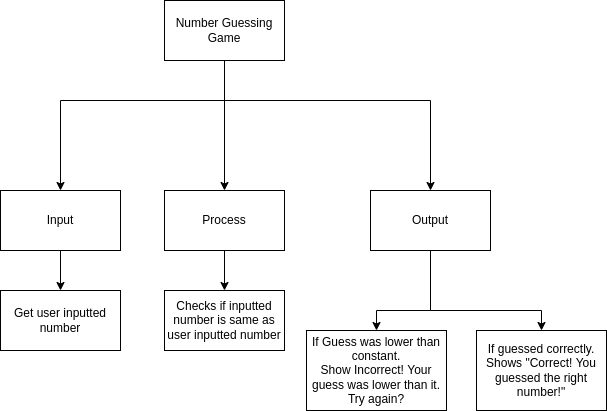
This is Number Guessing (Top-Down).png from Dahrio-Francois/ICS3U-Unit3-03-Python2, a draw.io export, as it was before one commit. Source tidied: cells renumbered, new cells last; positions are measured from the earlier drawing's top-left corner, leaving out a move shared by most shapes. Its diagram source:
```xml
<mxGraphModel>
  <root>
    <mxCell id="0" />
    <mxCell id="1" parent="0" />
    <mxCell id="2" style="edgeStyle=orthogonalEdgeStyle;html=1;entryX=0.5;entryY=0;entryDx=0;entryDy=0;rounded=0;" parent="1" edge="1" source="5" target="7">
      <mxGeometry relative="1" as="geometry">
        <Array as="points">
          <mxPoint x="224" y="100" />
          <mxPoint x="60" y="100" />
        </Array>
      </mxGeometry>
    </mxCell>
    <mxCell id="3" style="edgeStyle=orthogonalEdgeStyle;shape=connector;rounded=0;html=1;entryX=0.5;entryY=0;entryDx=0;entryDy=0;labelBackgroundColor=default;fontFamily=Helvetica;fontSize=11;fontColor=default;endArrow=classic;strokeColor=default;" parent="1" edge="1" source="5" target="9">
      <mxGeometry relative="1" as="geometry" />
    </mxCell>
    <mxCell id="4" style="edgeStyle=orthogonalEdgeStyle;rounded=0;html=1;entryX=0.5;entryY=0;entryDx=0;entryDy=0;fontSize=12;" parent="1" edge="1" source="5" target="12">
      <mxGeometry relative="1" as="geometry">
        <Array as="points">
          <mxPoint x="224" y="100" />
          <mxPoint x="430" y="100" />
        </Array>
      </mxGeometry>
    </mxCell>
    <mxCell id="5" value="Number Guessing Game" style="rounded=0;whiteSpace=wrap;html=1;" parent="1" vertex="1">
      <mxGeometry x="164" width="120" height="60" as="geometry" />
    </mxCell>
    <mxCell id="6" style="edgeStyle=orthogonalEdgeStyle;rounded=0;html=1;entryX=0.5;entryY=0;entryDx=0;entryDy=0;elbow=vertical;" parent="1" edge="1" source="7" target="13">
      <mxGeometry relative="1" as="geometry" />
    </mxCell>
    <mxCell id="7" value="Input" style="rounded=0;whiteSpace=wrap;html=1;" parent="1" vertex="1">
      <mxGeometry y="190" width="120" height="60" as="geometry" />
    </mxCell>
    <mxCell id="8" style="edgeStyle=orthogonalEdgeStyle;rounded=0;html=1;" parent="1" edge="1" source="9" target="15">
      <mxGeometry relative="1" as="geometry" />
    </mxCell>
    <mxCell id="9" value="Process" style="rounded=0;whiteSpace=wrap;html=1;" parent="1" vertex="1">
      <mxGeometry x="164" y="190" width="120" height="60" as="geometry" />
    </mxCell>
    <mxCell id="10" style="edgeStyle=orthogonalEdgeStyle;html=1;entryX=0.5;entryY=0;entryDx=0;entryDy=0;rounded=0;" parent="1" edge="1" source="12" target="16">
      <mxGeometry relative="1" as="geometry">
        <Array as="points">
          <mxPoint x="430" y="310" />
          <mxPoint x="376" y="310" />
        </Array>
      </mxGeometry>
    </mxCell>
    <mxCell id="11" style="edgeStyle=orthogonalEdgeStyle;rounded=0;html=1;entryX=0.5;entryY=0;entryDx=0;entryDy=0;" parent="1" edge="1" source="12" target="14">
      <mxGeometry relative="1" as="geometry">
        <Array as="points">
          <mxPoint x="430" y="310" />
          <mxPoint x="541" y="310" />
        </Array>
      </mxGeometry>
    </mxCell>
    <mxCell id="12" value="Output" style="rounded=0;whiteSpace=wrap;html=1;" parent="1" vertex="1">
      <mxGeometry x="370" y="190" width="120" height="60" as="geometry" />
    </mxCell>
    <mxCell id="13" value="Get user inputted number" style="rounded=0;whiteSpace=wrap;html=1;" parent="1" vertex="1">
      <mxGeometry y="290" width="120" height="60" as="geometry" />
    </mxCell>
    <mxCell id="14" value="&lt;span style=&quot;font-size: 12px&quot;&gt;If guessed correctly. Shows &quot;Correct! You guessed the right number!&quot;&lt;/span&gt;" style="rounded=0;whiteSpace=wrap;html=1;fontFamily=Helvetica;fontSize=11;fontColor=default;" parent="1" vertex="1">
      <mxGeometry x="476" y="330" width="130" height="80" as="geometry" />
    </mxCell>
    <mxCell id="15" value="&lt;font style=&quot;font-size: 12px&quot;&gt;Checks if inputted number is same as user inputted number&lt;/font&gt;" style="rounded=0;whiteSpace=wrap;html=1;fontFamily=Helvetica;fontSize=11;fontColor=default;" parent="1" vertex="1">
      <mxGeometry x="164" y="290" width="120" height="60" as="geometry" />
    </mxCell>
    <mxCell id="16" value="If Guess was lower than constant.&lt;br&gt;Show Incorrect! Your guess was lower than it.&lt;br&gt;Try again?" style="rounded=0;whiteSpace=wrap;html=1;" parent="1" vertex="1">
      <mxGeometry x="306" y="330" width="140" height="80" as="geometry" />
    </mxCell>
  </root>
</mxGraphModel>
```
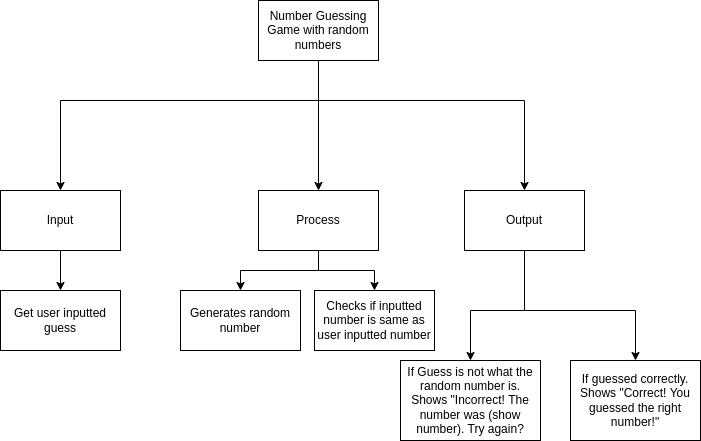
After the change.

Commit message:
made changes to Top-Down and Flowchart designs

Diff of the diagram source:
```diff
@@ -6,7 +6,7 @@
       <mxGeometry relative="1" as="geometry">
         <Array as="points">
           <mxPoint x="224" y="100" />
-          <mxPoint x="60" y="100" />
+          <mxPoint x="-34" y="100" />
         </Array>
       </mxGeometry>
     </mxCell>
@@ -21,18 +21,21 @@
         </Array>
       </mxGeometry>
     </mxCell>
-    <mxCell id="5" value="Number Guessing Game" style="rounded=0;whiteSpace=wrap;html=1;" parent="1" vertex="1">
+    <mxCell id="5" value="Number Guessing Game with random numbers" style="rounded=0;whiteSpace=wrap;html=1;" parent="1" vertex="1">
       <mxGeometry x="164" width="120" height="60" as="geometry" />
     </mxCell>
     <mxCell id="6" style="edgeStyle=orthogonalEdgeStyle;rounded=0;html=1;entryX=0.5;entryY=0;entryDx=0;entryDy=0;elbow=vertical;" parent="1" edge="1" source="7" target="13">
       <mxGeometry relative="1" as="geometry" />
     </mxCell>
     <mxCell id="7" value="Input" style="rounded=0;whiteSpace=wrap;html=1;" parent="1" vertex="1">
-      <mxGeometry y="190" width="120" height="60" as="geometry" />
+      <mxGeometry x="-94" y="190" width="120" height="60" as="geometry" />
     </mxCell>
     <mxCell id="8" style="edgeStyle=orthogonalEdgeStyle;rounded=0;html=1;" parent="1" edge="1" source="9" target="15">
       <mxGeometry relative="1" as="geometry" />
     </mxCell>
+    <mxCell id="17" style="edgeStyle=orthogonalEdgeStyle;html=1;entryX=0.5;entryY=0;entryDx=0;entryDy=0;rounded=0;" parent="1" edge="1" source="9" target="18">
+      <mxGeometry relative="1" as="geometry" />
+    </mxCell>
     <mxCell id="9" value="Process" style="rounded=0;whiteSpace=wrap;html=1;" parent="1" vertex="1">
       <mxGeometry x="164" y="190" width="120" height="60" as="geometry" />
     </mxCell>
@@ -55,17 +58,20 @@
     <mxCell id="12" value="Output" style="rounded=0;whiteSpace=wrap;html=1;" parent="1" vertex="1">
       <mxGeometry x="370" y="190" width="120" height="60" as="geometry" />
     </mxCell>
-    <mxCell id="13" value="Get user inputted number" style="rounded=0;whiteSpace=wrap;html=1;" parent="1" vertex="1">
-      <mxGeometry y="290" width="120" height="60" as="geometry" />
+    <mxCell id="13" value="Get user inputted guess" style="rounded=0;whiteSpace=wrap;html=1;" parent="1" vertex="1">
+      <mxGeometry x="-94" y="290" width="120" height="60" as="geometry" />
     </mxCell>
     <mxCell id="14" value="&lt;span style=&quot;font-size: 12px&quot;&gt;If guessed correctly. Shows &quot;Correct! You guessed the right number!&quot;&lt;/span&gt;" style="rounded=0;whiteSpace=wrap;html=1;fontFamily=Helvetica;fontSize=11;fontColor=default;" parent="1" vertex="1">
-      <mxGeometry x="476" y="330" width="130" height="80" as="geometry" />
+      <mxGeometry x="476" y="360" width="130" height="80" as="geometry" />
     </mxCell>
     <mxCell id="15" value="&lt;font style=&quot;font-size: 12px&quot;&gt;Checks if inputted number is same as user inputted number&lt;/font&gt;" style="rounded=0;whiteSpace=wrap;html=1;fontFamily=Helvetica;fontSize=11;fontColor=default;" parent="1" vertex="1">
-      <mxGeometry x="164" y="290" width="120" height="60" as="geometry" />
+      <mxGeometry x="220" y="290" width="120" height="60" as="geometry" />
     </mxCell>
-    <mxCell id="16" value="If Guess was lower than constant.&lt;br&gt;Show Incorrect! Your guess was lower than it.&lt;br&gt;Try again?" style="rounded=0;whiteSpace=wrap;html=1;" parent="1" vertex="1">
-      <mxGeometry x="306" y="330" width="140" height="80" as="geometry" />
+    <mxCell id="16" value="If Guess is not what the random number is.&lt;br&gt;Shows &quot;Incorrect! The number was (show number). Try again?" style="rounded=0;whiteSpace=wrap;html=1;" parent="1" vertex="1">
+      <mxGeometry x="306" y="360" width="140" height="80" as="geometry" />
     </mxCell>
+    <mxCell id="18" value="&lt;font style=&quot;font-size: 12px&quot;&gt;Generates random number&lt;/font&gt;" style="rounded=0;whiteSpace=wrap;html=1;fontFamily=Helvetica;fontSize=11;fontColor=default;" parent="1" vertex="1">
+      <mxGeometry x="86" y="290" width="120" height="60" as="geometry" />
+    </mxCell>
   </root>
 </mxGraphModel>
```
